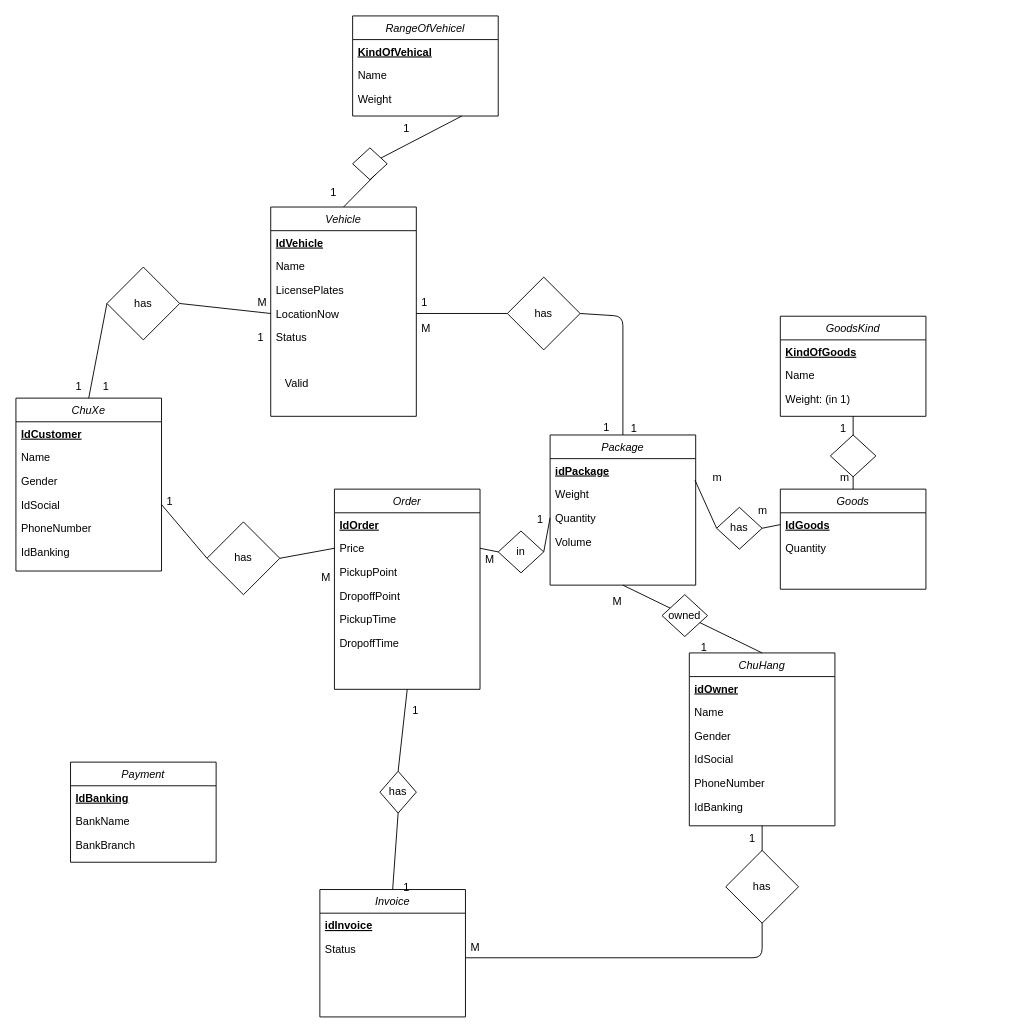
Before: Untitled Diagram.drawio in ngntanloc/math-util-live, a draw.io diagram. Source tidied: cells renumbered, new cells numbered last; positions are measured from the earlier drawing's top-left corner, leaving out a move shared by most shapes. Both pictures are drawn from the tidied source at 91%, with x=0, y=0 at pixel (15, 15).
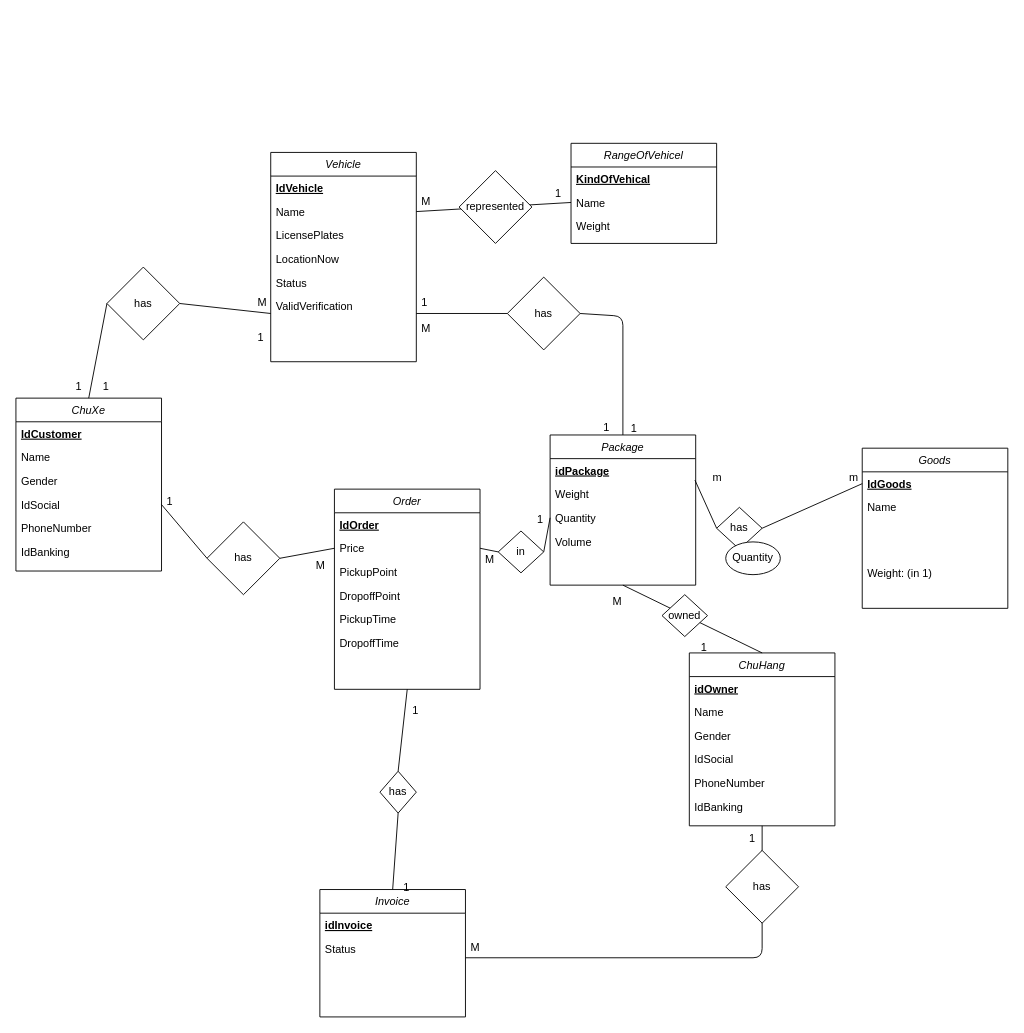
The same diagram, later.

The change refers to these unchanged cells:
```xml
<mxCell id="15" value="Name" style="text;align=left;verticalAlign=top;spacingLeft=4;spacingRight=4;overflow=hidden;points=[[0,0.5],[1,0.5]];portConstraint=eastwest;rounded=0;shadow=0;html=0;" parent="13" vertex="1">
  <mxGeometry y="52" width="160" height="26" as="geometry" />
</mxCell>
```

Change to the diagram source:
```diff
@@
-    <mxCell id="9" value="Payment" style="swimlane;fontStyle=2;align=center;verticalAlign=top;horizontal=1;startSize=26;rounded=0;shadow=0;strokeWidth=1;" parent="1" vertex="1">
-      <mxGeometry x="60" y="820" width="160" height="110" as="geometry" />
-    </mxCell>
-    <mxCell id="10" value="IdBanking&#10;" style="text;align=left;verticalAlign=top;spacingLeft=4;spacingRight=4;overflow=hidden;fontStyle=5;" parent="9" vertex="1">
-      <mxGeometry y="26" width="160" height="26" as="geometry" />
-    </mxCell>
-    <mxCell id="11" value="BankName" style="text;align=left;verticalAlign=top;spacingLeft=4;spacingRight=4;overflow=hidden;rounded=0;shadow=0;html=0;" parent="9" vertex="1">
-      <mxGeometry y="52" width="160" height="26" as="geometry" />
-    </mxCell>
-    <mxCell id="12" value="BankBranch&#10;" style="text;align=left;verticalAlign=top;spacingLeft=4;spacingRight=4;overflow=hidden;rounded=0;shadow=0;html=0;" parent="9" vertex="1">
-      <mxGeometry y="78" width="160" height="26" as="geometry" />
-    </mxCell>
     <mxCell id="13" value="Vehicle&#10;&#10;" style="swimlane;fontStyle=2;align=center;verticalAlign=top;horizontal=1;startSize=26;rounded=0;shadow=0;strokeWidth=1;" parent="1" vertex="1">
-      <mxGeometry x="280" y="210" width="160" height="230" as="geometry" />
+      <mxGeometry x="280" y="150" width="160" height="230" as="geometry" />
     </mxCell>
@@
-    <mxCell id="19" value="RangeOfVehicel&#10;" style="swimlane;fontStyle=2;align=center;verticalAlign=top;horizontal=1;startSize=26;rounded=0;shadow=0;strokeWidth=1;" parent="1" vertex="1">
-      <mxGeometry x="370" width="160" height="110" as="geometry" />
-    </mxCell>
-    <mxCell id="20" value="KindOfVehical" style="text;align=left;verticalAlign=top;spacingLeft=4;spacingRight=4;overflow=hidden;fontStyle=5;" parent="19" vertex="1">
-      <mxGeometry y="26" width="160" height="26" as="geometry" />
-    </mxCell>
-    <mxCell id="21" value="Name" style="text;align=left;verticalAlign=top;spacingLeft=4;spacingRight=4;overflow=hidden;points=[[0,0.5],[1,0.5]];portConstraint=eastwest;rounded=0;shadow=0;html=0;" parent="19" vertex="1">
-      <mxGeometry y="52" width="160" height="26" as="geometry" />
-    </mxCell>
-    <mxCell id="22" value="Weight" style="text;align=left;verticalAlign=top;spacingLeft=4;spacingRight=4;overflow=hidden;rounded=0;shadow=0;html=0;" parent="19" vertex="1">
-      <mxGeometry y="78" width="160" height="26" as="geometry" />
-    </mxCell>
+    <mxCell id="102" value="ValidVerification&#10;" style="text;align=left;verticalAlign=top;spacingLeft=4;spacingRight=4;overflow=hidden;rounded=0;shadow=0;html=0;" parent="13" vertex="1">
+      <mxGeometry y="156" width="160" height="26" as="geometry" />
+    </mxCell>
     <mxCell id="23" value="Goods" style="swimlane;fontStyle=2;align=center;verticalAlign=top;horizontal=1;startSize=26;rounded=0;shadow=0;strokeWidth=1;" parent="1" vertex="1">
-      <mxGeometry x="840" y="520" width="160" height="110" as="geometry" />
+      <mxGeometry x="930" y="475" width="160" height="176" as="geometry" />
     </mxCell>
@@
-    <mxCell id="25" value="Quantity" style="text;align=left;verticalAlign=top;spacingLeft=4;spacingRight=4;overflow=hidden;rounded=0;shadow=0;html=0;" parent="23" vertex="1">
-      <mxGeometry y="52" width="160" height="26" as="geometry" />
-    </mxCell>
-    <mxCell id="26" value="GoodsKind" style="swimlane;fontStyle=2;align=center;verticalAlign=top;horizontal=1;startSize=26;rounded=0;shadow=0;strokeWidth=1;" parent="1" vertex="1">
-      <mxGeometry x="840" y="330" width="160" height="110" as="geometry" />
-    </mxCell>
-    <mxCell id="27" value="KindOfGoods" style="text;align=left;verticalAlign=top;spacingLeft=4;spacingRight=4;overflow=hidden;fontStyle=5;" parent="26" vertex="1">
-      <mxGeometry y="26" width="160" height="26" as="geometry" />
-    </mxCell>
-    <mxCell id="28" value="Name" style="text;align=left;verticalAlign=top;spacingLeft=4;spacingRight=4;overflow=hidden;rounded=0;shadow=0;html=0;" parent="26" vertex="1">
-      <mxGeometry y="52" width="160" height="26" as="geometry" />
+    <mxCell id="28" value="Name" style="text;align=left;verticalAlign=top;spacingLeft=4;spacingRight=4;overflow=hidden;rounded=0;shadow=0;html=0;" parent="23" vertex="1">
+      <mxGeometry y="52" width="160" height="72" as="geometry" />
     </mxCell>
-    <mxCell id="29" value="Weight: (in 1)" style="text;align=left;verticalAlign=top;spacingLeft=4;spacingRight=4;overflow=hidden;rounded=0;shadow=0;html=0;" parent="26" vertex="1">
-      <mxGeometry y="78" width="160" height="26" as="geometry" />
+    <mxCell id="29" value="Weight: (in 1)" style="text;align=left;verticalAlign=top;spacingLeft=4;spacingRight=4;overflow=hidden;rounded=0;shadow=0;html=0;" parent="23" vertex="1">
+      <mxGeometry y="124" width="160" height="26" as="geometry" />
     </mxCell>
@@
-    <mxCell id="53" value="1" style="text;strokeColor=none;fillColor=none;align=left;verticalAlign=top;spacingLeft=4;spacingRight=4;overflow=hidden;" parent="1" vertex="1">
-      <mxGeometry x="340" y="180" width="60" height="26" as="geometry" />
-    </mxCell>
-    <mxCell id="54" value="1" style="text;strokeColor=none;fillColor=none;align=left;verticalAlign=top;spacingLeft=4;spacingRight=4;overflow=hidden;" parent="1" vertex="1">
-      <mxGeometry x="420" y="110" width="20" height="26" as="geometry" />
-    </mxCell>
-    <mxCell id="55" style="endArrow=none;html=1;entryX=0.75;entryY=1;entryDx=0;entryDy=0;startArrow=none;" parent="1" edge="1" source="92" target="19">
-      <mxGeometry relative="1" as="geometry" />
-    </mxCell>
@@
-    <mxCell id="66" style="endArrow=none;html=1;exitX=0.5;exitY=0;exitDx=0;exitDy=0;entryX=0.5;entryY=1;entryDx=0;entryDy=0;" parent="1" edge="1" source="23" target="26">
-      <mxGeometry relative="1" as="geometry" />
-    </mxCell>
-    <mxCell id="67" value="1" style="text;strokeColor=none;fillColor=none;align=left;verticalAlign=top;spacingLeft=4;spacingRight=4;overflow=hidden;" parent="1" vertex="1">
-      <mxGeometry x="900" y="440" width="20" height="26" as="geometry" />
-    </mxCell>
-    <mxCell id="68" value="m" style="text;strokeColor=none;fillColor=none;align=left;verticalAlign=top;spacingLeft=4;spacingRight=4;overflow=hidden;" parent="1" vertex="1">
-      <mxGeometry x="900" y="494" width="20" height="26" as="geometry" />
-    </mxCell>
@@
     <mxCell id="77" value="M" style="text;strokeColor=none;fillColor=none;align=left;verticalAlign=top;spacingLeft=4;spacingRight=4;overflow=hidden;" parent="1" vertex="1">
-      <mxGeometry x="330" y="604" width="20" height="26" as="geometry" />
+      <mxGeometry x="324" y="590" width="20" height="26" as="geometry" />
     </mxCell>
@@
-    <mxCell id="92" style="rhombus;whiteSpace=wrap;html=1;" parent="1" vertex="1">
-      <mxGeometry x="370" y="145" width="38" height="35" as="geometry" />
-    </mxCell>
-    <mxCell id="93" style="endArrow=none;html=1;entryX=0.75;entryY=1;entryDx=0;entryDy=0;" parent="1" edge="1" target="92">
-      <mxGeometry relative="1" as="geometry">
-        <mxPoint x="360" y="210" as="sourcePoint" />
-      </mxGeometry>
-    </mxCell>
@@
-    <mxCell id="96" style="rhombus;whiteSpace=wrap;html=1;" parent="1" vertex="1">
-      <mxGeometry x="895" y="460.5" width="50" height="46" as="geometry" />
-    </mxCell>
@@
-    <mxCell id="102" value="Valid" style="text;align=left;verticalAlign=top;spacingLeft=4;spacingRight=4;overflow=hidden;rounded=0;shadow=0;html=0;" parent="1" vertex="1">
-      <mxGeometry x="290" y="390" width="160" height="26" as="geometry" />
-    </mxCell>
     <mxCell id="103" value="m" style="text;strokeColor=none;fillColor=none;align=left;verticalAlign=top;spacingLeft=4;spacingRight=4;overflow=hidden;" parent="1" vertex="1">
-      <mxGeometry x="810" y="530" width="20" height="26" as="geometry" />
+      <mxGeometry x="910" y="494" width="20" height="26" as="geometry" />
     </mxCell>
@@
+    <mxCell id="19" value="RangeOfVehicel&#10;" style="swimlane;fontStyle=2;align=center;verticalAlign=top;horizontal=1;startSize=26;rounded=0;shadow=0;strokeWidth=1;" parent="1" vertex="1">
+      <mxGeometry x="610" y="140" width="160" height="110" as="geometry" />
+    </mxCell>
+    <mxCell id="20" value="KindOfVehical" style="text;align=left;verticalAlign=top;spacingLeft=4;spacingRight=4;overflow=hidden;fontStyle=5;" parent="19" vertex="1">
+      <mxGeometry y="26" width="160" height="26" as="geometry" />
+    </mxCell>
+    <mxCell id="21" value="Name" style="text;align=left;verticalAlign=top;spacingLeft=4;spacingRight=4;overflow=hidden;points=[[0,0.5],[1,0.5]];portConstraint=eastwest;rounded=0;shadow=0;html=0;" parent="19" vertex="1">
+      <mxGeometry y="52" width="160" height="26" as="geometry" />
+    </mxCell>
+    <mxCell id="22" value="Weight" style="text;align=left;verticalAlign=top;spacingLeft=4;spacingRight=4;overflow=hidden;rounded=0;shadow=0;html=0;" parent="19" vertex="1">
+      <mxGeometry y="78" width="160" height="26" as="geometry" />
+    </mxCell>
+    <mxCell id="105" style="endArrow=none;html=1;exitX=1;exitY=0.5;exitDx=0;exitDy=0;entryX=0;entryY=0.5;entryDx=0;entryDy=0;" parent="1" edge="1" source="15" target="21">
+      <mxGeometry relative="1" as="geometry" />
+    </mxCell>
+    <mxCell id="106" value="represented" style="rhombus;whiteSpace=wrap;html=1;" parent="1" vertex="1">
+      <mxGeometry x="487" y="170" width="80" height="80" as="geometry" />
+    </mxCell>
+    <mxCell id="107" value="1" style="text;strokeColor=none;fillColor=none;align=left;verticalAlign=top;spacingLeft=4;spacingRight=4;overflow=hidden;" parent="1" vertex="1">
+      <mxGeometry x="587" y="182" width="20" height="26" as="geometry" />
+    </mxCell>
+    <mxCell id="108" value="M" style="text;strokeColor=none;fillColor=none;align=left;verticalAlign=top;spacingLeft=4;spacingRight=4;overflow=hidden;" parent="1" vertex="1">
+      <mxGeometry x="440" y="190" width="20" height="26" as="geometry" />
+    </mxCell>
+    <mxCell id="25" value="Quantity" style="ellipse;whiteSpace=wrap;html=1;" parent="1" vertex="1">
+      <mxGeometry x="780" y="578" width="60" height="36" as="geometry" />
+    </mxCell>
```
